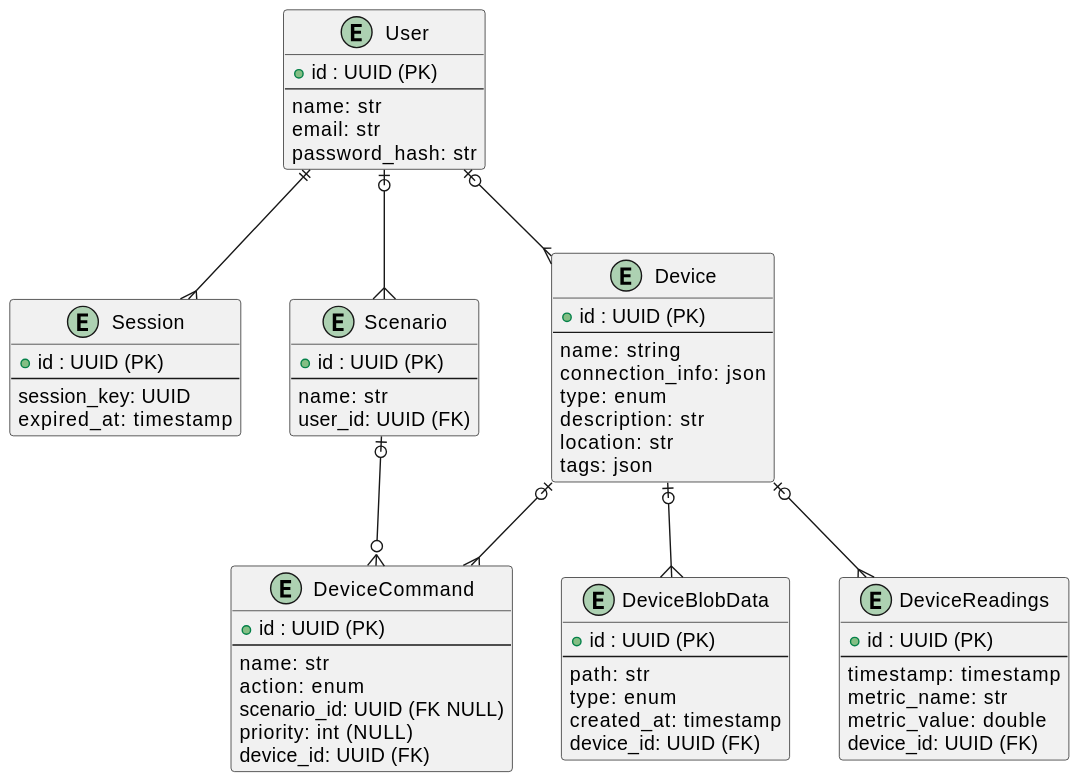
Before: schemas/diagrams/er/smarthouse.svg, a diagram exported from PlantUML (AdayevKP/warmhouse).
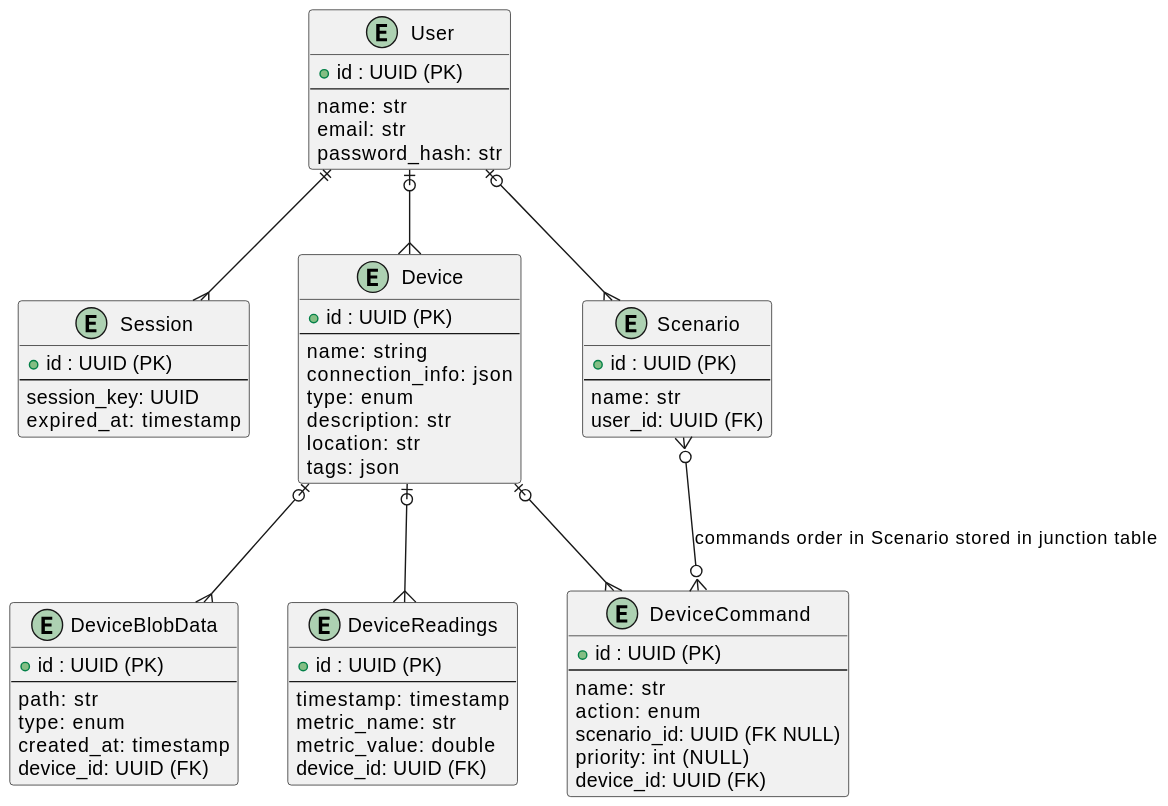
Later version of the same file.

The edit, as a diff of the source:
```diff
@@ -66,5 +66,5 @@
 Device |o--{ DeviceCommand
 Device |o--{ DeviceBlobData
 Device |o--{ DeviceReadings
-Scenario |o--o{ DeviceCommand
+Scenario }o--o{ DeviceCommand : commands order in Scenario stored in junction table
 @enduml
```
